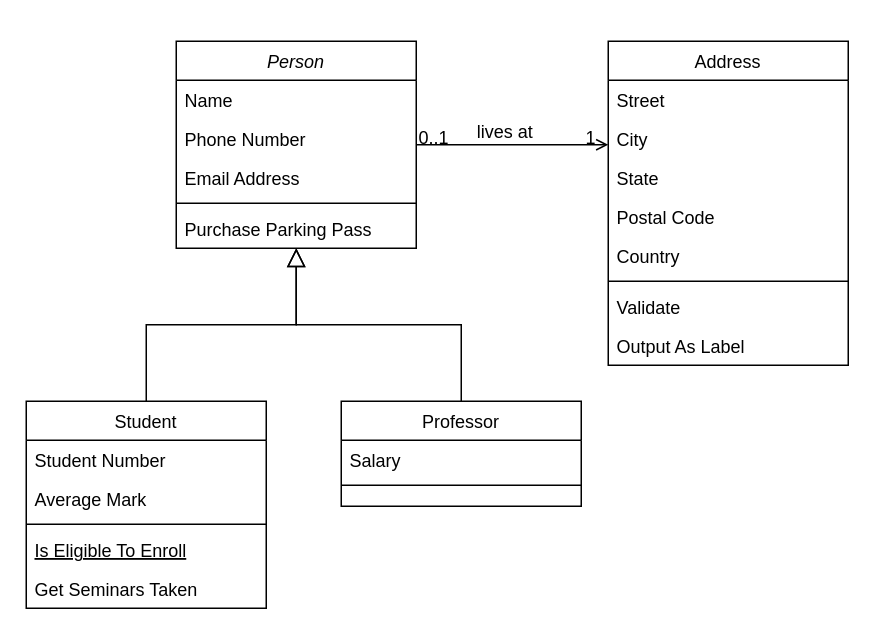
Earlier version of the draw.io diagram diagramas/TablasIAnseo.drawio (marandacuartero/unir_bigdata_tfm). Source tidied: cells renumbered, new cells numbered last; positions are measured from the earlier drawing's top-left corner, leaving out a move shared by most shapes. Both pictures are drawn from the tidied source at 150%, with x=0, y=0 at pixel (26, 40).
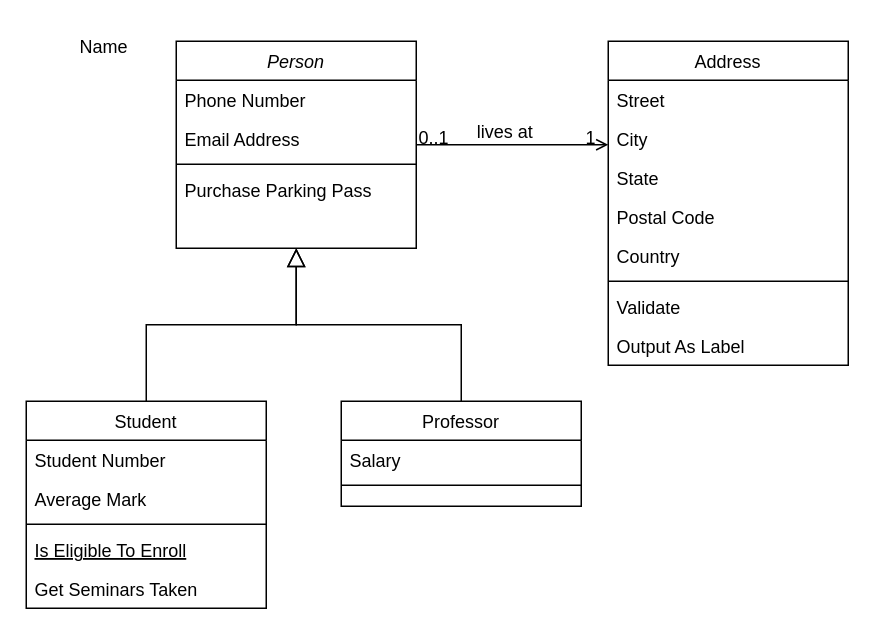
The same diagram, later.

The change refers to these unchanged cells:
```xml
<mxCell id="2" value="Person" style="swimlane;fontStyle=2;align=center;verticalAlign=top;horizontal=1;startSize=26;rounded=0;shadow=0;strokeWidth=1;" parent="1" vertex="1">
  <mxGeometry x="100" width="160" height="138" as="geometry" />
</mxCell>
```

Diff of the diagram source:
```diff
@@
-    <mxCell id="3" value="Name" style="text;align=left;verticalAlign=top;spacingLeft=4;spacingRight=4;overflow=hidden;" parent="2" vertex="1">
-      <mxGeometry y="26" width="160" height="26" as="geometry" />
-    </mxCell>
     <mxCell id="4" value="Phone Number" style="text;align=left;verticalAlign=top;spacingLeft=4;spacingRight=4;overflow=hidden;rounded=0;shadow=0;html=0;" parent="2" vertex="1">
-      <mxGeometry y="52" width="160" height="26" as="geometry" />
+      <mxGeometry y="26" width="160" height="26" as="geometry" />
     </mxCell>
     <mxCell id="5" value="Email Address" style="text;align=left;verticalAlign=top;spacingLeft=4;spacingRight=4;overflow=hidden;rounded=0;shadow=0;html=0;" parent="2" vertex="1">
-      <mxGeometry y="78" width="160" height="26" as="geometry" />
+      <mxGeometry y="52" width="160" height="26" as="geometry" />
     </mxCell>
     <mxCell id="6" style="line;html=1;strokeWidth=1;align=left;verticalAlign=middle;spacingTop=-1;spacingLeft=3;spacingRight=3;labelPosition=right;" parent="2" vertex="1">
-      <mxGeometry y="104" width="160" height="8" as="geometry" />
+      <mxGeometry y="78" width="160" height="8" as="geometry" />
     </mxCell>
     <mxCell id="7" value="Purchase Parking Pass" style="text;align=left;verticalAlign=top;spacingLeft=4;spacingRight=4;overflow=hidden;" parent="2" vertex="1">
-      <mxGeometry y="112" width="160" height="26" as="geometry" />
+      <mxGeometry y="86" width="160" height="26" as="geometry" />
     </mxCell>
@@
+    <mxCell id="3" value="Name" style="text;align=left;verticalAlign=top;spacingLeft=4;spacingRight=4;overflow=hidden;" parent="1" vertex="1">
+      <mxGeometry x="30" y="-10" width="160" height="26" as="geometry" />
+    </mxCell>
```
